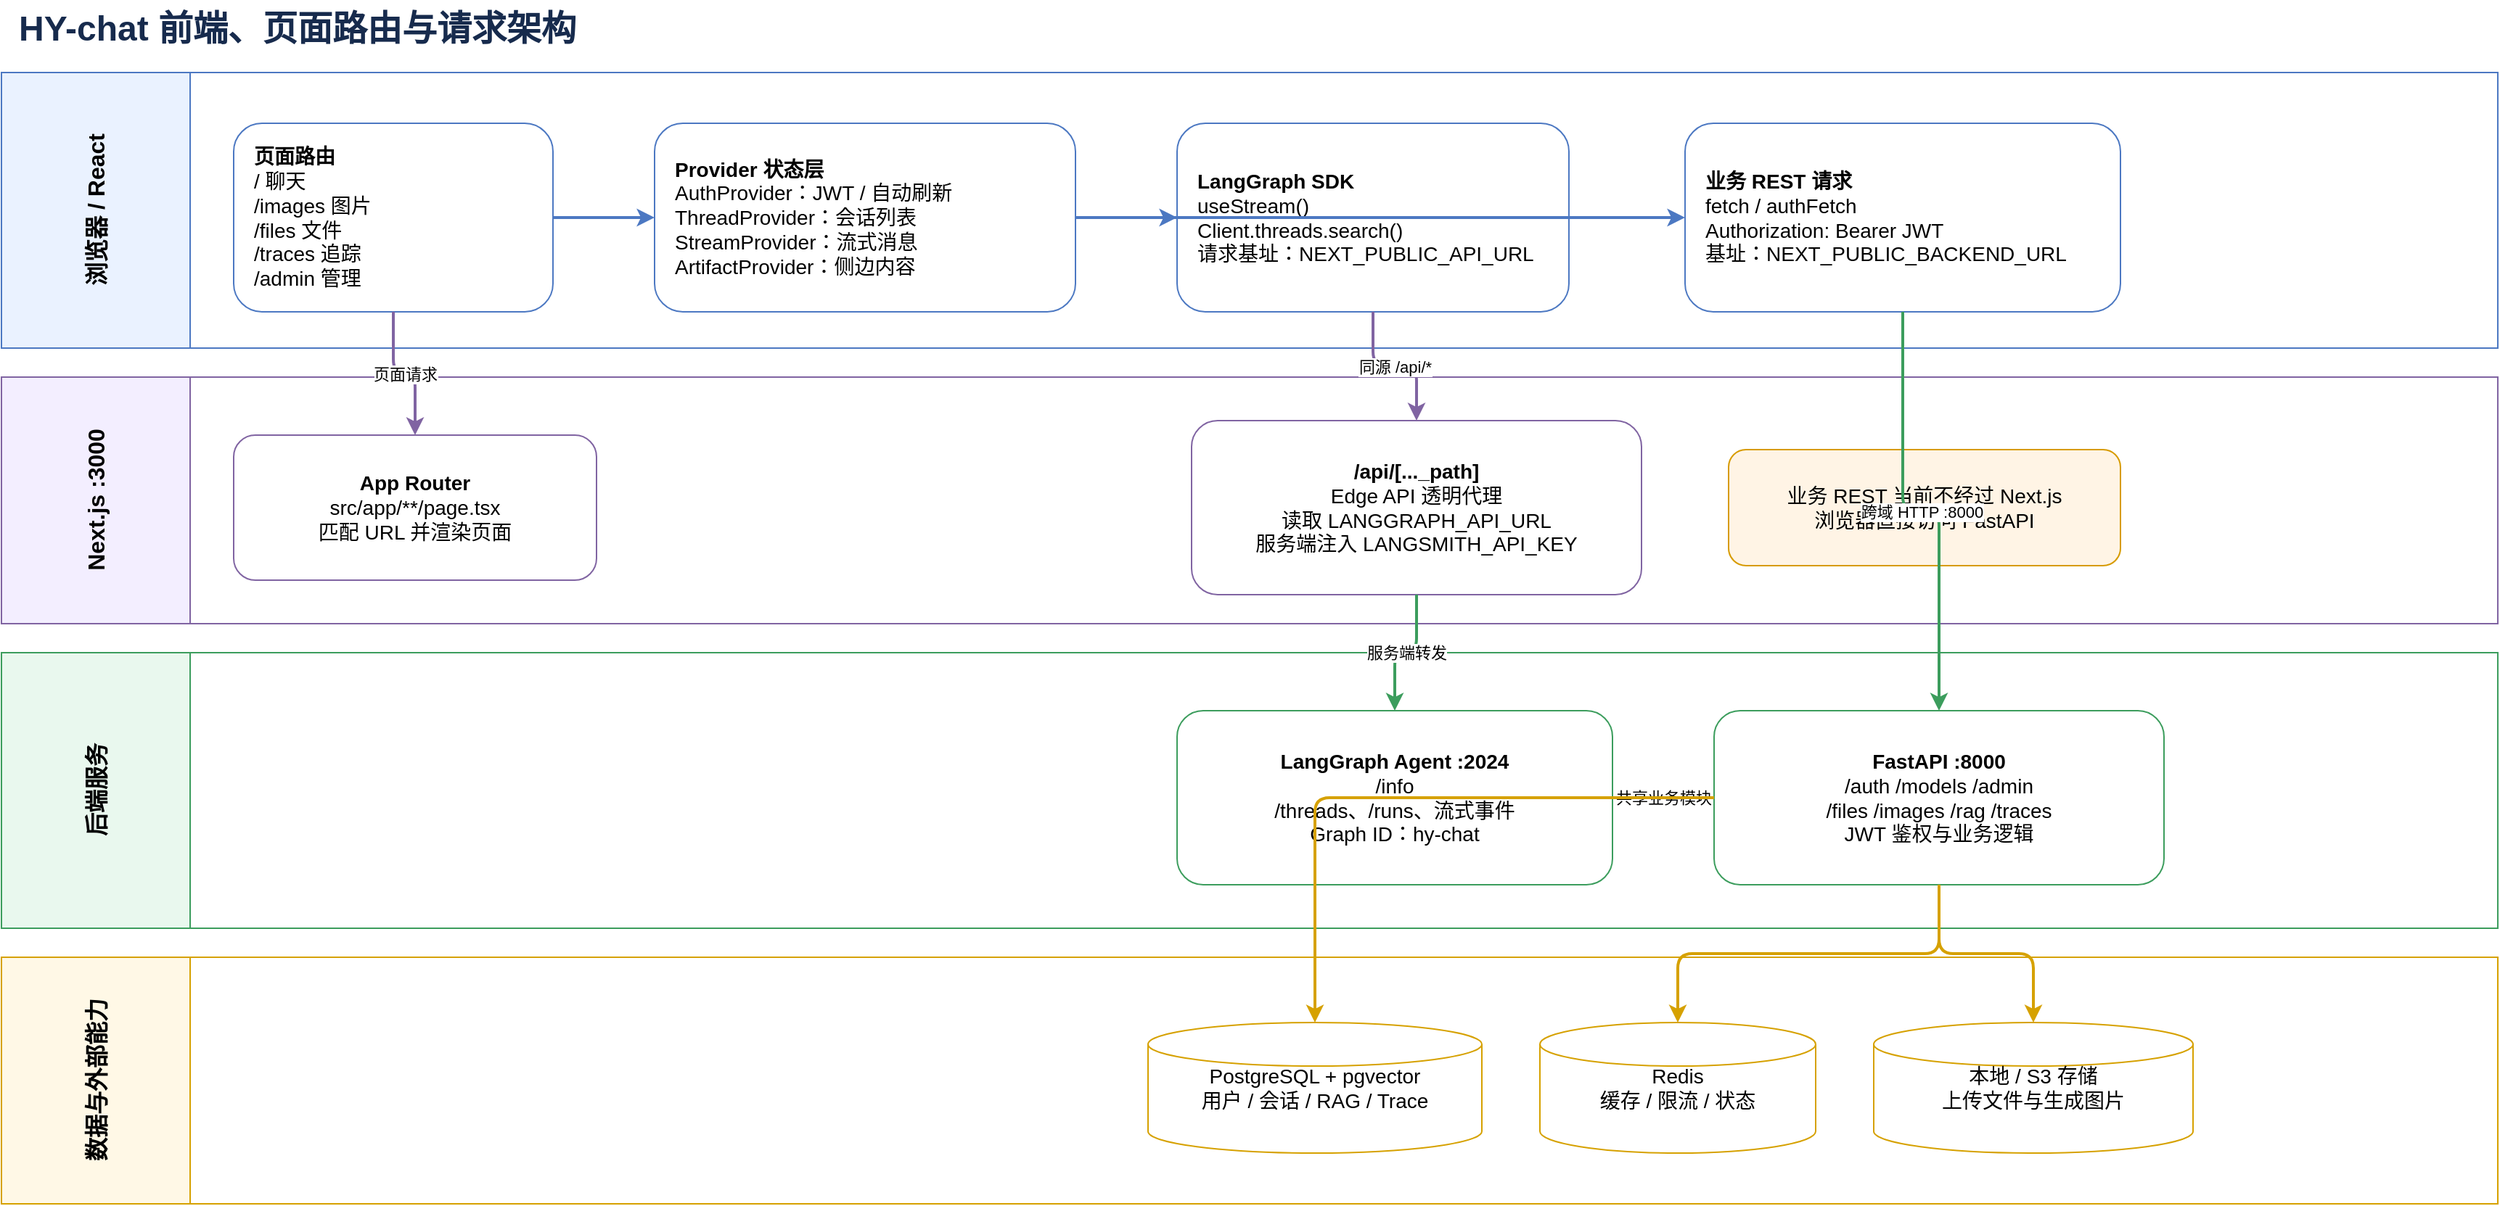
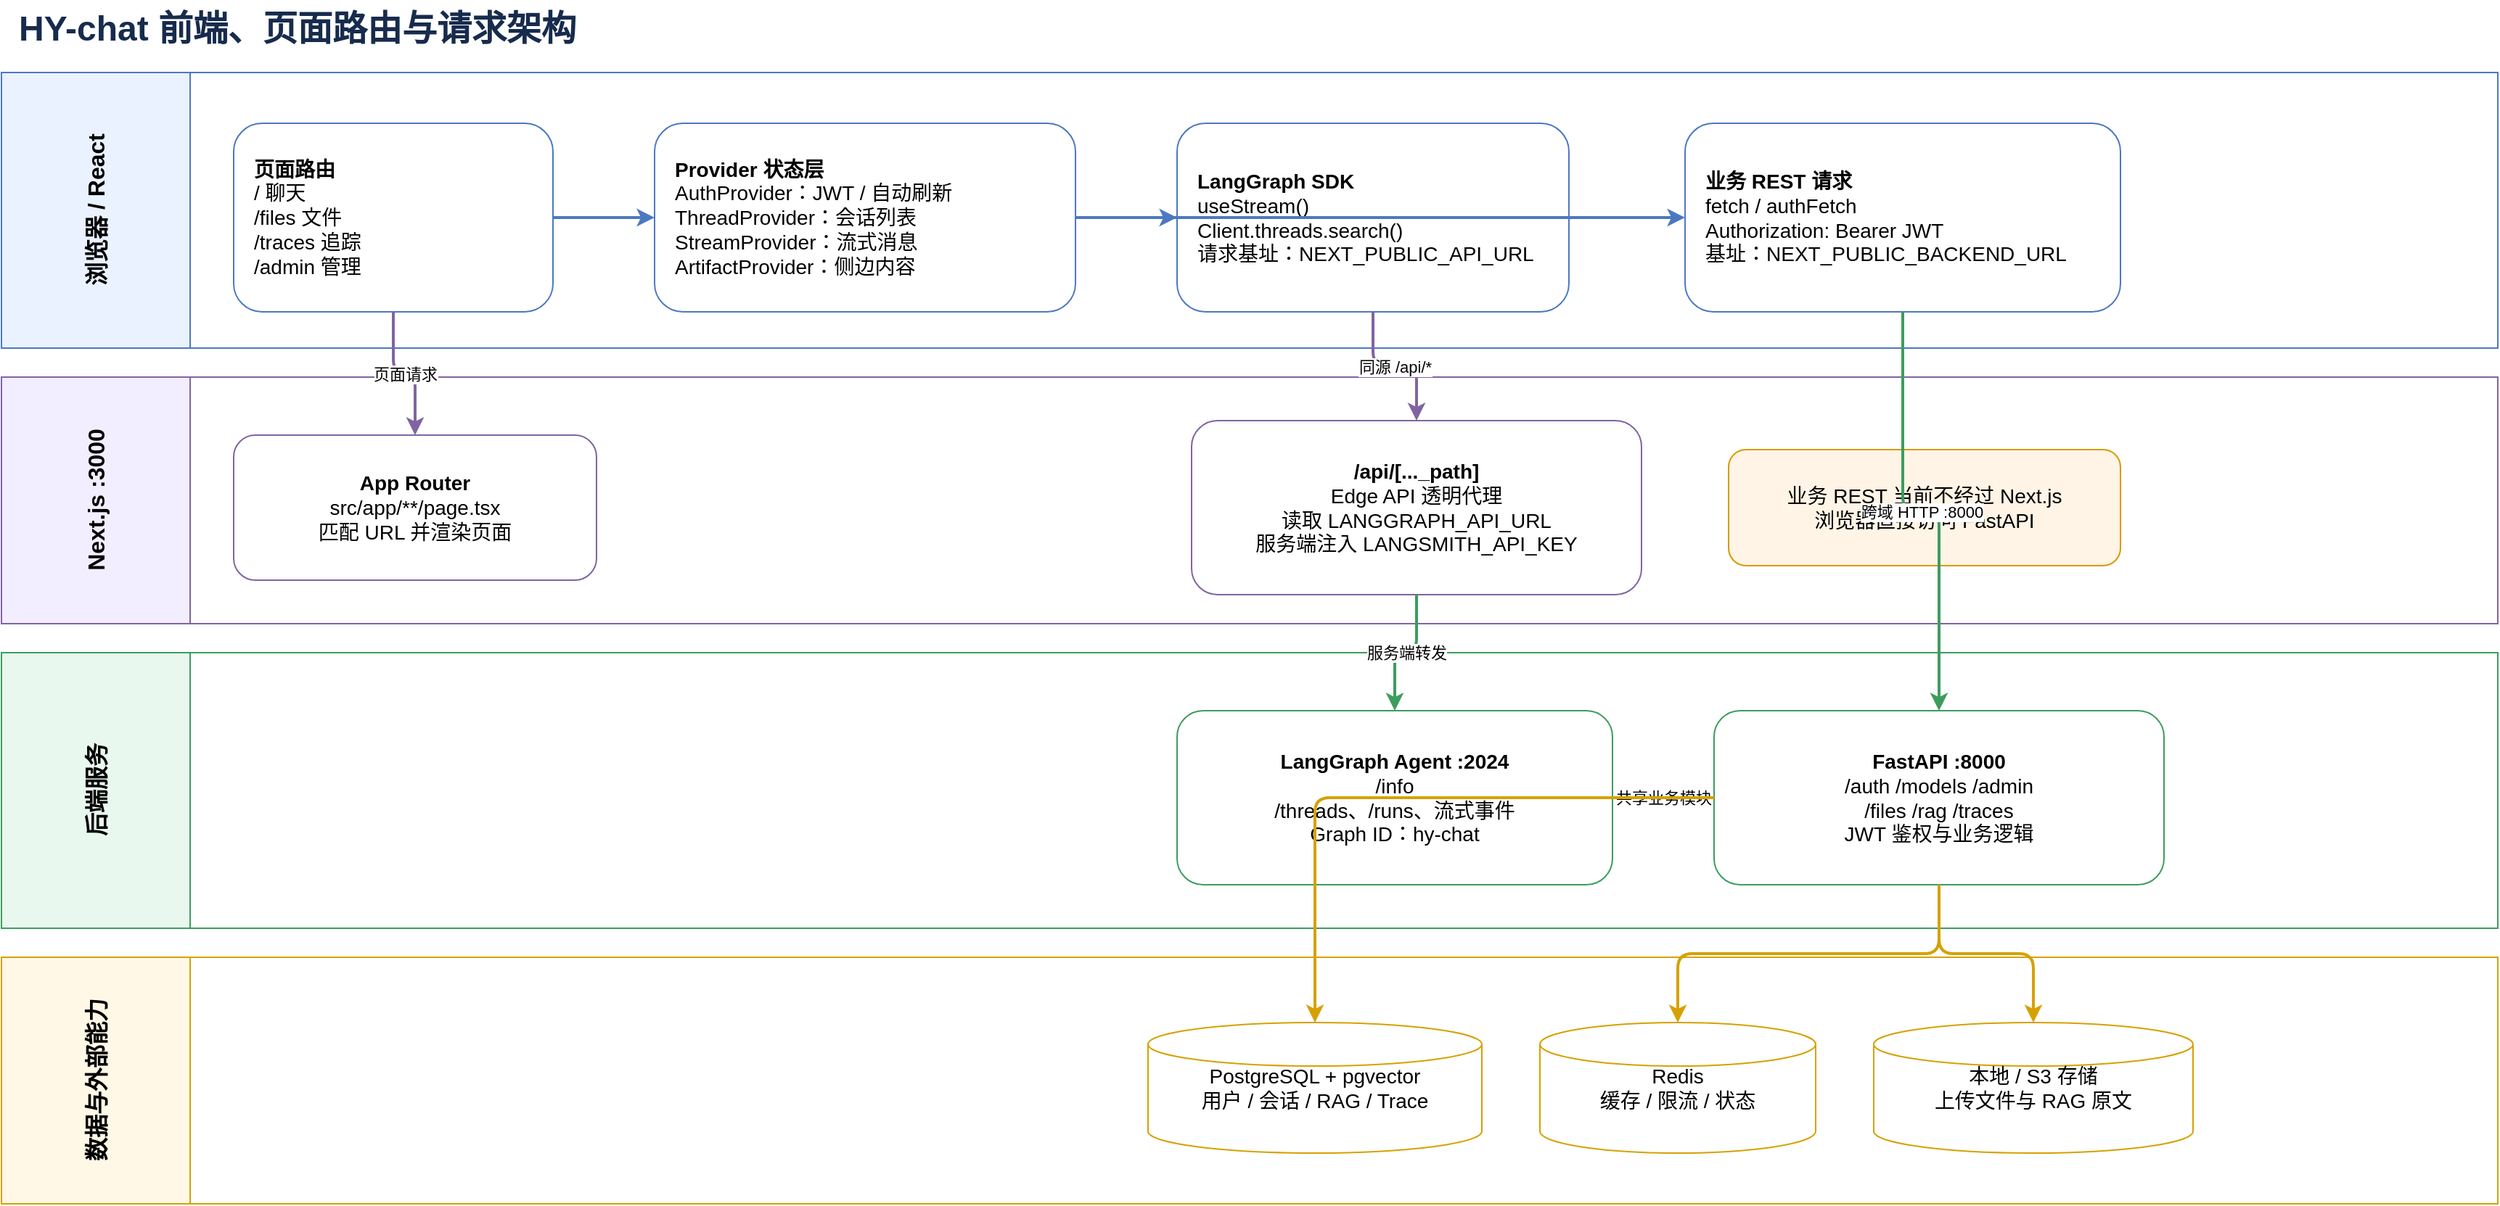
<mxGraphModel dx="1600" dy="900" grid="1" gridSize="10" guides="1" tooltips="1" connect="1" arrows="1" fold="1" page="1" pageScale="1" pageWidth="1800" pageHeight="1000" math="0" shadow="0" adaptiveColors="auto">
  <root>
    <mxCell id="0"/>
    <mxCell id="1" parent="0"/>
    <mxCell id="title" value="HY-chat 前端、页面路由与请求架构" style="text;html=1;align=left;verticalAlign=middle;fontSize=24;fontStyle=1;fontColor=#172B4D;" vertex="1" parent="1">
      <mxGeometry x="30" y="10" width="900" height="40" as="geometry"/>
    </mxCell>
    <mxCell id="lane-browser" value="浏览器 / React" style="swimlane;horizontal=0;startSize=130;fillColor=#EAF2FF;strokeColor=#4C78C2;fontSize=16;fontStyle=1;html=1;" vertex="1" parent="1">
      <mxGeometry x="20" y="60" width="1720" height="190" as="geometry"/>
    </mxCell>
-     <mxCell id="pages" value="&lt;b&gt;页面路由&lt;/b&gt;&lt;br&gt;/  聊天&lt;br&gt;/images  图片&lt;br&gt;/files  文件&lt;br&gt;/traces  追踪&lt;br&gt;/admin  管理" style="rounded=1;whiteSpace=wrap;html=1;align=left;spacingLeft=12;fillColor=#FFFFFF;strokeColor=#4C78C2;fontSize=14;" vertex="1" parent="lane-browser">
+     <mxCell id="pages" value="&lt;b&gt;页面路由&lt;/b&gt;&lt;br&gt;/  聊天&lt;br&gt;/files  文件&lt;br&gt;/traces  追踪&lt;br&gt;/admin  管理" style="rounded=1;whiteSpace=wrap;html=1;align=left;spacingLeft=12;fillColor=#FFFFFF;strokeColor=#4C78C2;fontSize=14;" vertex="1" parent="lane-browser">
      <mxGeometry x="160" y="35" width="220" height="130" as="geometry"/>
    </mxCell>
    <mxCell id="providers" value="&lt;b&gt;Provider 状态层&lt;/b&gt;&lt;br&gt;AuthProvider：JWT / 自动刷新&lt;br&gt;ThreadProvider：会话列表&lt;br&gt;StreamProvider：流式消息&lt;br&gt;ArtifactProvider：侧边内容" style="rounded=1;whiteSpace=wrap;html=1;align=left;spacingLeft=12;fillColor=#FFFFFF;strokeColor=#4C78C2;fontSize=14;" vertex="1" parent="lane-browser">
      <mxGeometry x="450" y="35" width="290" height="130" as="geometry"/>
    </mxCell>
    <mxCell id="lg-sdk" value="&lt;b&gt;LangGraph SDK&lt;/b&gt;&lt;br&gt;useStream()&lt;br&gt;Client.threads.search()&lt;br&gt;请求基址：NEXT_PUBLIC_API_URL" style="rounded=1;whiteSpace=wrap;html=1;align=left;spacingLeft=12;fillColor=#FFFFFF;strokeColor=#4C78C2;fontSize=14;" vertex="1" parent="lane-browser">
      <mxGeometry x="810" y="35" width="270" height="130" as="geometry"/>
    </mxCell>
    <mxCell id="rest-client" value="&lt;b&gt;业务 REST 请求&lt;/b&gt;&lt;br&gt;fetch / authFetch&lt;br&gt;Authorization: Bearer JWT&lt;br&gt;基址：NEXT_PUBLIC_BACKEND_URL" style="rounded=1;whiteSpace=wrap;html=1;align=left;spacingLeft=12;fillColor=#FFFFFF;strokeColor=#4C78C2;fontSize=14;" vertex="1" parent="lane-browser">
      <mxGeometry x="1160" y="35" width="300" height="130" as="geometry"/>
    </mxCell>
    <mxCell id="lane-next" value="Next.js :3000" style="swimlane;horizontal=0;startSize=130;fillColor=#F3EEFF;strokeColor=#8064A2;fontSize=16;fontStyle=1;html=1;" vertex="1" parent="1">
      <mxGeometry x="20" y="270" width="1720" height="170" as="geometry"/>
    </mxCell>
    <mxCell id="app-router" value="&lt;b&gt;App Router&lt;/b&gt;&lt;br&gt;src/app/**/page.tsx&lt;br&gt;匹配 URL 并渲染页面" style="rounded=1;whiteSpace=wrap;html=1;fillColor=#FFFFFF;strokeColor=#8064A2;fontSize=14;" vertex="1" parent="lane-next">
      <mxGeometry x="160" y="40" width="250" height="100" as="geometry"/>
    </mxCell>
    <mxCell id="api-proxy" value="&lt;b&gt;/api/[..._path]&lt;/b&gt;&lt;br&gt;Edge API 透明代理&lt;br&gt;读取 LANGGRAPH_API_URL&lt;br&gt;服务端注入 LANGSMITH_API_KEY" style="rounded=1;whiteSpace=wrap;html=1;fillColor=#FFFFFF;strokeColor=#8064A2;fontSize=14;" vertex="1" parent="lane-next">
      <mxGeometry x="820" y="30" width="310" height="120" as="geometry"/>
    </mxCell>
    <mxCell id="no-rest-proxy" value="业务 REST 当前不经过 Next.js&lt;br&gt;浏览器直接访问 FastAPI" style="rounded=1;whiteSpace=wrap;html=1;fillColor=#FFF4E5;strokeColor=#D79B00;fontSize=14;" vertex="1" parent="lane-next">
      <mxGeometry x="1190" y="50" width="270" height="80" as="geometry"/>
    </mxCell>
    <mxCell id="lane-services" value="后端服务" style="swimlane;horizontal=0;startSize=130;fillColor=#E9F8EE;strokeColor=#3C9D5D;fontSize=16;fontStyle=1;html=1;" vertex="1" parent="1">
      <mxGeometry x="20" y="460" width="1720" height="190" as="geometry"/>
    </mxCell>
    <mxCell id="langgraph" value="&lt;b&gt;LangGraph Agent :2024&lt;/b&gt;&lt;br&gt;/info&lt;br&gt;/threads、/runs、流式事件&lt;br&gt;Graph ID：hy-chat" style="rounded=1;whiteSpace=wrap;html=1;fillColor=#FFFFFF;strokeColor=#3C9D5D;fontSize=14;" vertex="1" parent="lane-services">
      <mxGeometry x="810" y="40" width="300" height="120" as="geometry"/>
    </mxCell>
-     <mxCell id="fastapi" value="&lt;b&gt;FastAPI :8000&lt;/b&gt;&lt;br&gt;/auth  /models  /admin&lt;br&gt;/files  /images  /rag  /traces&lt;br&gt;JWT 鉴权与业务逻辑" style="rounded=1;whiteSpace=wrap;html=1;fillColor=#FFFFFF;strokeColor=#3C9D5D;fontSize=14;" vertex="1" parent="lane-services">
+     <mxCell id="fastapi" value="&lt;b&gt;FastAPI :8000&lt;/b&gt;&lt;br&gt;/auth  /models  /admin&lt;br&gt;/files  /rag  /traces&lt;br&gt;JWT 鉴权与业务逻辑" style="rounded=1;whiteSpace=wrap;html=1;fillColor=#FFFFFF;strokeColor=#3C9D5D;fontSize=14;" vertex="1" parent="lane-services">
      <mxGeometry x="1180" y="40" width="310" height="120" as="geometry"/>
    </mxCell>
    <mxCell id="lane-data" value="数据与外部能力" style="swimlane;horizontal=0;startSize=130;fillColor=#FFF8E6;strokeColor=#D6A100;fontSize=16;fontStyle=1;html=1;" vertex="1" parent="1">
      <mxGeometry x="20" y="670" width="1720" height="170" as="geometry"/>
    </mxCell>
    <mxCell id="postgres" value="PostgreSQL + pgvector&lt;br&gt;用户 / 会话 / RAG / Trace" style="shape=cylinder3;whiteSpace=wrap;html=1;fillColor=#FFFFFF;strokeColor=#D6A100;fontSize=14;" vertex="1" parent="lane-data">
      <mxGeometry x="790" y="45" width="230" height="90" as="geometry"/>
    </mxCell>
    <mxCell id="redis" value="Redis&lt;br&gt;缓存 / 限流 / 状态" style="shape=cylinder3;whiteSpace=wrap;html=1;fillColor=#FFFFFF;strokeColor=#D6A100;fontSize=14;" vertex="1" parent="lane-data">
      <mxGeometry x="1060" y="45" width="190" height="90" as="geometry"/>
    </mxCell>
-     <mxCell id="storage" value="本地 / S3 存储&lt;br&gt;上传文件与生成图片" style="shape=cylinder3;whiteSpace=wrap;html=1;fillColor=#FFFFFF;strokeColor=#D6A100;fontSize=14;" vertex="1" parent="lane-data">
+     <mxCell id="storage" value="本地 / S3 存储&lt;br&gt;上传文件与 RAG 原文" style="shape=cylinder3;whiteSpace=wrap;html=1;fillColor=#FFFFFF;strokeColor=#D6A100;fontSize=14;" vertex="1" parent="lane-data">
      <mxGeometry x="1290" y="45" width="220" height="90" as="geometry"/>
    </mxCell>
    <mxCell id="e-pages-providers" edge="1" parent="1" source="pages" target="providers" style="edgeStyle=orthogonalEdgeStyle;rounded=1;html=1;strokeColor=#4C78C2;strokeWidth=2;endArrow=classic;"><mxGeometry relative="1" as="geometry"/></mxCell>
    <mxCell id="e-pages-router" value="页面请求" edge="1" parent="1" source="pages" target="app-router" style="edgeStyle=orthogonalEdgeStyle;rounded=1;html=1;strokeColor=#8064A2;strokeWidth=2;endArrow=classic;"><mxGeometry relative="1" as="geometry"/></mxCell>
    <mxCell id="e-provider-sdk" edge="1" parent="1" source="providers" target="lg-sdk" style="edgeStyle=orthogonalEdgeStyle;rounded=1;html=1;strokeColor=#4C78C2;strokeWidth=2;endArrow=classic;"><mxGeometry relative="1" as="geometry"/></mxCell>
    <mxCell id="e-provider-rest" edge="1" parent="1" source="providers" target="rest-client" style="edgeStyle=orthogonalEdgeStyle;rounded=1;html=1;strokeColor=#4C78C2;strokeWidth=2;endArrow=classic;"><mxGeometry relative="1" as="geometry"/></mxCell>
    <mxCell id="e-sdk-proxy" value="同源 /api/*" edge="1" parent="1" source="lg-sdk" target="api-proxy" style="edgeStyle=orthogonalEdgeStyle;rounded=1;html=1;strokeColor=#8064A2;strokeWidth=2;endArrow=classic;"><mxGeometry relative="1" as="geometry"/></mxCell>
    <mxCell id="e-proxy-agent" value="服务端转发" edge="1" parent="1" source="api-proxy" target="langgraph" style="edgeStyle=orthogonalEdgeStyle;rounded=1;html=1;strokeColor=#3C9D5D;strokeWidth=2;endArrow=classic;"><mxGeometry relative="1" as="geometry"/></mxCell>
    <mxCell id="e-rest-fastapi" value="跨域 HTTP :8000" edge="1" parent="1" source="rest-client" target="fastapi" style="edgeStyle=orthogonalEdgeStyle;rounded=1;html=1;strokeColor=#3C9D5D;strokeWidth=2;endArrow=classic;"><mxGeometry relative="1" as="geometry"/></mxCell>
    <mxCell id="e-agent-fastapi" value="共享业务模块" edge="1" parent="1" source="langgraph" target="fastapi" style="edgeStyle=orthogonalEdgeStyle;rounded=1;html=1;dashed=1;strokeColor=#6B778C;endArrow=classic;"><mxGeometry relative="1" as="geometry"/></mxCell>
    <mxCell id="e-fastapi-pg" edge="1" parent="1" source="fastapi" target="postgres" style="edgeStyle=orthogonalEdgeStyle;rounded=1;html=1;strokeColor=#D6A100;strokeWidth=2;endArrow=classic;"><mxGeometry relative="1" as="geometry"/></mxCell>
    <mxCell id="e-fastapi-redis" edge="1" parent="1" source="fastapi" target="redis" style="edgeStyle=orthogonalEdgeStyle;rounded=1;html=1;strokeColor=#D6A100;strokeWidth=2;endArrow=classic;"><mxGeometry relative="1" as="geometry"/></mxCell>
    <mxCell id="e-fastapi-storage" edge="1" parent="1" source="fastapi" target="storage" style="edgeStyle=orthogonalEdgeStyle;rounded=1;html=1;strokeColor=#D6A100;strokeWidth=2;endArrow=classic;"><mxGeometry relative="1" as="geometry"/></mxCell>
  </root>
</mxGraphModel>
